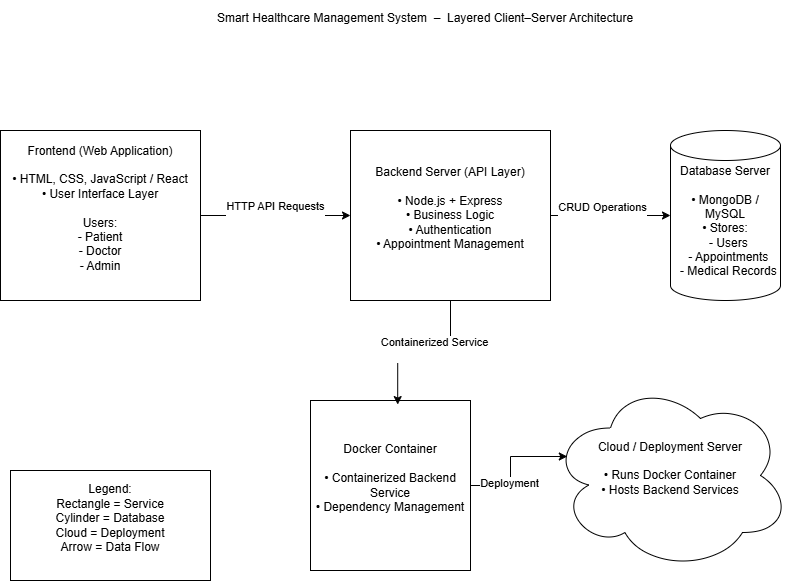
The draw.io diagram docs/design/architecture.png in avinabsingh/smart-healthcare-system, before a commit. Source tidied: cells renumbered, new cells last; positions are measured from the earlier drawing's top-left corner, leaving out a move shared by most shapes. Source of this version:
```xml
<mxGraphModel background="#ffffff">
  <root>
    <mxCell id="0" />
    <mxCell id="1" parent="0" />
    <mxCell id="2" value="&lt;div&gt;Smart Healthcare Management System&amp;nbsp; –&amp;nbsp;&amp;nbsp;Layered Client–Server Architecture&lt;/div&gt;&lt;div&gt;&lt;br&gt;&lt;/div&gt;" style="text;html=1;whiteSpace=wrap;strokeColor=none;fillColor=none;align=center;verticalAlign=middle;rounded=0;" parent="1" vertex="1">
      <mxGeometry x="160" width="530" height="50" as="geometry" />
    </mxCell>
    <mxCell id="3" style="edgeStyle=orthogonalEdgeStyle;rounded=0;jettySize=auto;html=1;" parent="1" edge="1" source="5" target="8">
      <mxGeometry relative="1" as="geometry" />
    </mxCell>
    <mxCell id="4" value="&lt;div&gt;HTTP API Requests&lt;/div&gt;&lt;div&gt;&lt;br&gt;&lt;/div&gt;" style="edgeLabel;html=1;align=center;verticalAlign=middle;" parent="3" vertex="1">
      <mxGeometry x="-0.01" y="3" relative="1" as="geometry" />
    </mxCell>
    <mxCell id="5" value="&lt;div&gt;Frontend (Web Application)&lt;/div&gt;&lt;div&gt;&lt;br&gt;&lt;/div&gt;&lt;div&gt;• HTML, CSS, JavaScript / React&lt;/div&gt;&lt;div&gt;• User Interface Layer&lt;/div&gt;&lt;div&gt;&lt;br&gt;&lt;/div&gt;&lt;div&gt;Users:&lt;/div&gt;&lt;div&gt;- Patient&lt;/div&gt;&lt;div&gt;- Doctor&lt;/div&gt;&lt;div&gt;- Admin&lt;/div&gt;&lt;div&gt;&lt;br&gt;&lt;/div&gt;" style="rounded=0;whiteSpace=wrap;html=1;" parent="1" vertex="1">
      <mxGeometry y="130" width="200" height="170" as="geometry" />
    </mxCell>
    <mxCell id="6" style="edgeStyle=orthogonalEdgeStyle;rounded=0;jettySize=auto;html=1;" parent="1" edge="1" source="8" target="9">
      <mxGeometry relative="1" as="geometry" />
    </mxCell>
    <mxCell id="7" value="&lt;div&gt;CRUD Operations&lt;/div&gt;&lt;div&gt;&lt;br&gt;&lt;/div&gt;" style="edgeLabel;html=1;align=center;verticalAlign=middle;" parent="6" vertex="1">
      <mxGeometry x="-0.15" y="2" relative="1" as="geometry" />
    </mxCell>
    <mxCell id="8" value="&lt;div&gt;Backend Server (API Layer)&lt;/div&gt;&lt;div&gt;&lt;br&gt;&lt;/div&gt;&lt;div&gt;• Node.js + Express&lt;/div&gt;&lt;div&gt;• Business Logic&lt;/div&gt;&lt;div&gt;• Authentication&lt;/div&gt;&lt;div&gt;• Appointment Management&lt;/div&gt;&lt;div&gt;&lt;br&gt;&lt;/div&gt;" style="rounded=0;whiteSpace=wrap;html=1;" parent="1" vertex="1">
      <mxGeometry x="350" y="130" width="200" height="170" as="geometry" />
    </mxCell>
    <mxCell id="9" value="&lt;div&gt;Database Server&lt;/div&gt;&lt;div&gt;&lt;br&gt;&lt;/div&gt;&lt;div&gt;• MongoDB / MySQL&lt;/div&gt;&lt;div&gt;• Stores:&lt;/div&gt;&lt;div&gt;&amp;nbsp; - Users&lt;/div&gt;&lt;div&gt;&amp;nbsp; - Appointments&lt;/div&gt;&lt;div&gt;&amp;nbsp; - Medical Records&lt;/div&gt;&lt;div&gt;&lt;br&gt;&lt;/div&gt;" style="shape=cylinder3;whiteSpace=wrap;html=1;boundedLbl=1;backgroundOutline=1;size=15;" parent="1" vertex="1">
      <mxGeometry x="670" y="130" width="110" height="170" as="geometry" />
    </mxCell>
    <mxCell id="10" value="&lt;div&gt;Docker Container&lt;/div&gt;&lt;div&gt;&lt;br&gt;&lt;/div&gt;&lt;div&gt;• Containerized Backend Service&lt;/div&gt;&lt;div&gt;• Dependency Management&lt;/div&gt;&lt;div&gt;&lt;br&gt;&lt;/div&gt;" style="rounded=0;whiteSpace=wrap;html=1;" parent="1" vertex="1">
      <mxGeometry x="310" y="400" width="160" height="170" as="geometry" />
    </mxCell>
    <mxCell id="11" value="&lt;div&gt;Cloud / Deployment Server&lt;/div&gt;&lt;div&gt;&lt;br&gt;&lt;/div&gt;&lt;div&gt;• Runs Docker Container&lt;/div&gt;&lt;div&gt;• Hosts Backend Services&lt;/div&gt;&lt;div&gt;&lt;br&gt;&lt;/div&gt;" style="ellipse;shape=cloud;whiteSpace=wrap;html=1;" parent="1" vertex="1">
      <mxGeometry x="550" y="380" width="240" height="190" as="geometry" />
    </mxCell>
    <mxCell id="12" style="edgeStyle=orthogonalEdgeStyle;rounded=0;jettySize=auto;html=1;entryX=0.545;entryY=0.024;entryDx=0;entryDy=0;entryPerimeter=0;" parent="1" edge="1" source="8" target="10">
      <mxGeometry relative="1" as="geometry" />
    </mxCell>
    <mxCell id="13" value="&lt;div&gt;Containerized Service&lt;/div&gt;&lt;div&gt;&lt;br&gt;&lt;/div&gt;" style="edgeLabel;html=1;align=center;verticalAlign=middle;" parent="12" vertex="1">
      <mxGeometry x="-0.15" y="-2" relative="1" as="geometry" />
    </mxCell>
    <mxCell id="14" style="edgeStyle=orthogonalEdgeStyle;rounded=0;jettySize=auto;html=1;entryX=0.07;entryY=0.4;entryDx=0;entryDy=0;entryPerimeter=0;" parent="1" edge="1" source="10" target="11">
      <mxGeometry relative="1" as="geometry" />
    </mxCell>
    <mxCell id="15" value="&lt;div&gt;Deployment&lt;/div&gt;&lt;div&gt;&lt;br&gt;&lt;/div&gt;" style="edgeLabel;html=1;align=center;verticalAlign=middle;" parent="14" vertex="1">
      <mxGeometry x="-0.38" y="-4" relative="1" as="geometry" />
    </mxCell>
    <mxCell id="16" value="&lt;div&gt;Legend:&lt;/div&gt;&lt;div&gt;Rectangle = Service&lt;/div&gt;&lt;div&gt;Cylinder = Database&lt;/div&gt;&lt;div&gt;Cloud = Deployment&lt;/div&gt;&lt;div&gt;Arrow = Data Flow&lt;/div&gt;&lt;div&gt;&lt;br&gt;&lt;/div&gt;" style="rounded=0;whiteSpace=wrap;html=1;" parent="1" vertex="1">
      <mxGeometry x="10" y="470" width="200" height="110" as="geometry" />
    </mxCell>
  </root>
</mxGraphModel>
```
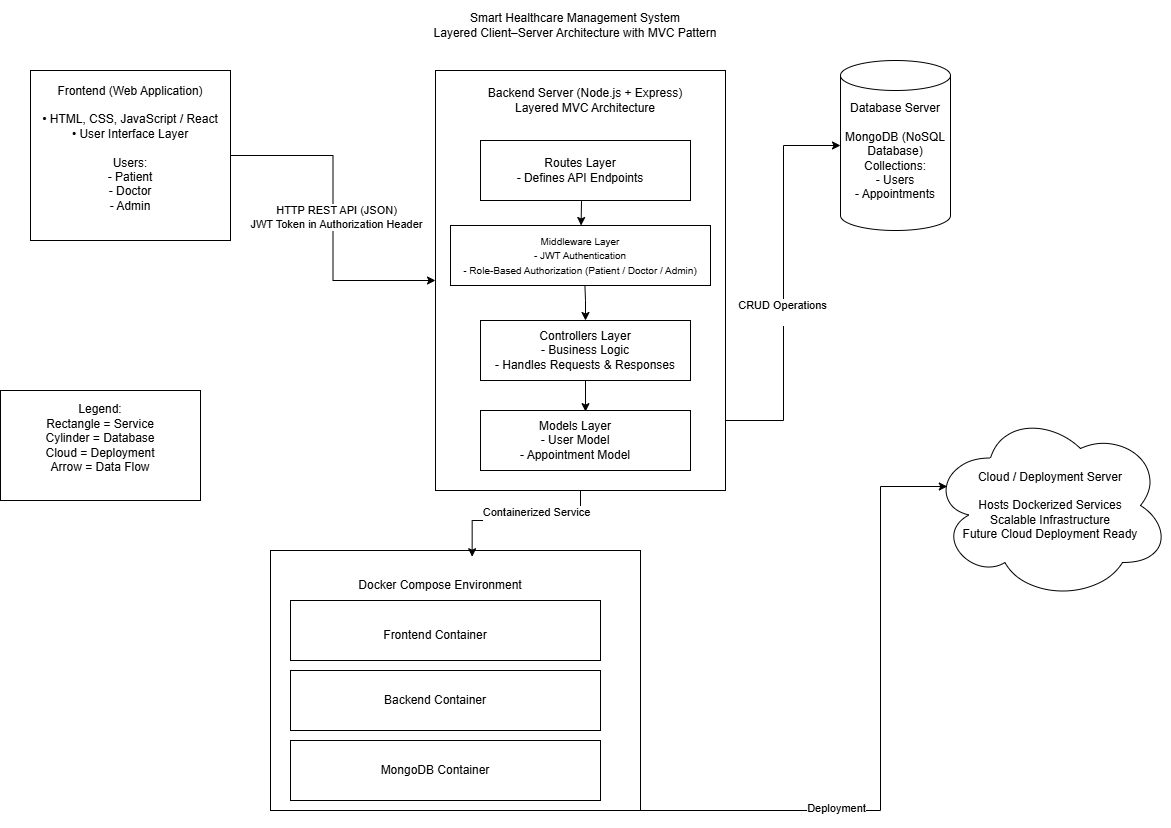
After the change.

Commit message:
Review 2: Added architecture and wireframes

What changed in the source:
```diff
@@ -2,35 +2,40 @@
   <root>
     <mxCell id="0" />
     <mxCell id="1" parent="0" />
-    <mxCell id="2" value="&lt;div&gt;Smart Healthcare Management System&amp;nbsp; –&amp;nbsp;&amp;nbsp;Layered Client–Server Architecture&lt;/div&gt;&lt;div&gt;&lt;br&gt;&lt;/div&gt;" style="text;html=1;whiteSpace=wrap;strokeColor=none;fillColor=none;align=center;verticalAlign=middle;rounded=0;" parent="1" vertex="1">
-      <mxGeometry x="160" width="530" height="50" as="geometry" />
+    <mxCell id="2" value="&lt;div&gt;&lt;div&gt;Smart Healthcare Management System&lt;/div&gt;&lt;div&gt;Layered Client–Server Architecture with MVC Pattern&lt;/div&gt;&lt;/div&gt;" style="text;html=1;whiteSpace=wrap;strokeColor=none;fillColor=none;align=center;verticalAlign=middle;rounded=0;" parent="1" vertex="1">
+      <mxGeometry x="170" y="60" width="530" height="50" as="geometry" />
     </mxCell>
     <mxCell id="3" style="edgeStyle=orthogonalEdgeStyle;rounded=0;jettySize=auto;html=1;" parent="1" edge="1" source="5" target="8">
       <mxGeometry relative="1" as="geometry" />
     </mxCell>
-    <mxCell id="4" value="&lt;div&gt;HTTP API Requests&lt;/div&gt;&lt;div&gt;&lt;br&gt;&lt;/div&gt;" style="edgeLabel;html=1;align=center;verticalAlign=middle;" parent="3" vertex="1">
+    <mxCell id="4" value="&lt;div&gt;&lt;div&gt;HTTP REST API (JSON)&lt;/div&gt;&lt;div&gt;JWT Token in Authorization Header&lt;/div&gt;&lt;/div&gt;" style="edgeLabel;html=1;align=center;verticalAlign=middle;" parent="3" vertex="1">
       <mxGeometry x="-0.01" y="3" relative="1" as="geometry" />
     </mxCell>
     <mxCell id="5" value="&lt;div&gt;Frontend (Web Application)&lt;/div&gt;&lt;div&gt;&lt;br&gt;&lt;/div&gt;&lt;div&gt;• HTML, CSS, JavaScript / React&lt;/div&gt;&lt;div&gt;• User Interface Layer&lt;/div&gt;&lt;div&gt;&lt;br&gt;&lt;/div&gt;&lt;div&gt;Users:&lt;/div&gt;&lt;div&gt;- Patient&lt;/div&gt;&lt;div&gt;- Doctor&lt;/div&gt;&lt;div&gt;- Admin&lt;/div&gt;&lt;div&gt;&lt;br&gt;&lt;/div&gt;" style="rounded=0;whiteSpace=wrap;html=1;" parent="1" vertex="1">
-      <mxGeometry y="130" width="200" height="170" as="geometry" />
+      <mxGeometry x="-110" y="130" width="200" height="170" as="geometry" />
     </mxCell>
     <mxCell id="6" style="edgeStyle=orthogonalEdgeStyle;rounded=0;jettySize=auto;html=1;" parent="1" edge="1" source="8" target="9">
-      <mxGeometry relative="1" as="geometry" />
+      <mxGeometry relative="1" as="geometry">
+        <Array as="points">
+          <mxPoint x="643" y="480" />
+          <mxPoint x="643" y="205" />
+        </Array>
+      </mxGeometry>
     </mxCell>
     <mxCell id="7" value="&lt;div&gt;CRUD Operations&lt;/div&gt;&lt;div&gt;&lt;br&gt;&lt;/div&gt;" style="edgeLabel;html=1;align=center;verticalAlign=middle;" parent="6" vertex="1">
       <mxGeometry x="-0.15" y="2" relative="1" as="geometry" />
     </mxCell>
-    <mxCell id="8" value="&lt;div&gt;Backend Server (API Layer)&lt;/div&gt;&lt;div&gt;&lt;br&gt;&lt;/div&gt;&lt;div&gt;• Node.js + Express&lt;/div&gt;&lt;div&gt;• Business Logic&lt;/div&gt;&lt;div&gt;• Authentication&lt;/div&gt;&lt;div&gt;• Appointment Management&lt;/div&gt;&lt;div&gt;&lt;br&gt;&lt;/div&gt;" style="rounded=0;whiteSpace=wrap;html=1;" parent="1" vertex="1">
-      <mxGeometry x="350" y="130" width="200" height="170" as="geometry" />
+    <mxCell id="8" style="rounded=0;whiteSpace=wrap;html=1;" parent="1" vertex="1">
+      <mxGeometry x="295" y="130" width="290" height="420" as="geometry" />
     </mxCell>
-    <mxCell id="9" value="&lt;div&gt;Database Server&lt;/div&gt;&lt;div&gt;&lt;br&gt;&lt;/div&gt;&lt;div&gt;• MongoDB / MySQL&lt;/div&gt;&lt;div&gt;• Stores:&lt;/div&gt;&lt;div&gt;&amp;nbsp; - Users&lt;/div&gt;&lt;div&gt;&amp;nbsp; - Appointments&lt;/div&gt;&lt;div&gt;&amp;nbsp; - Medical Records&lt;/div&gt;&lt;div&gt;&lt;br&gt;&lt;/div&gt;" style="shape=cylinder3;whiteSpace=wrap;html=1;boundedLbl=1;backgroundOutline=1;size=15;" parent="1" vertex="1">
-      <mxGeometry x="670" y="130" width="110" height="170" as="geometry" />
+    <mxCell id="9" value="&lt;div&gt;Database Server&lt;/div&gt;&lt;div&gt;&lt;br&gt;&lt;/div&gt;&lt;div&gt;&lt;div&gt;MongoDB (NoSQL Database)&lt;/div&gt;&lt;div&gt;Collections:&lt;/div&gt;&lt;div&gt;- Users&lt;/div&gt;&lt;div&gt;- Appointments&lt;/div&gt;&lt;/div&gt;&lt;div&gt;&lt;br&gt;&lt;/div&gt;" style="shape=cylinder3;whiteSpace=wrap;html=1;boundedLbl=1;backgroundOutline=1;size=15;" parent="1" vertex="1">
+      <mxGeometry x="700" y="120" width="110" height="170" as="geometry" />
     </mxCell>
-    <mxCell id="10" value="&lt;div&gt;Docker Container&lt;/div&gt;&lt;div&gt;&lt;br&gt;&lt;/div&gt;&lt;div&gt;• Containerized Backend Service&lt;/div&gt;&lt;div&gt;• Dependency Management&lt;/div&gt;&lt;div&gt;&lt;br&gt;&lt;/div&gt;" style="rounded=0;whiteSpace=wrap;html=1;" parent="1" vertex="1">
-      <mxGeometry x="310" y="400" width="160" height="170" as="geometry" />
+    <mxCell id="10" value="&lt;div&gt;&lt;br&gt;&lt;/div&gt;" style="rounded=0;whiteSpace=wrap;html=1;" parent="1" vertex="1">
+      <mxGeometry x="130" y="610" width="370" height="260" as="geometry" />
     </mxCell>
-    <mxCell id="11" value="&lt;div&gt;Cloud / Deployment Server&lt;/div&gt;&lt;div&gt;&lt;br&gt;&lt;/div&gt;&lt;div&gt;• Runs Docker Container&lt;/div&gt;&lt;div&gt;• Hosts Backend Services&lt;/div&gt;&lt;div&gt;&lt;br&gt;&lt;/div&gt;" style="ellipse;shape=cloud;whiteSpace=wrap;html=1;" parent="1" vertex="1">
-      <mxGeometry x="550" y="380" width="240" height="190" as="geometry" />
+    <mxCell id="11" value="&lt;div&gt;Cloud / Deployment Server&lt;/div&gt;&lt;div&gt;&lt;br&gt;&lt;/div&gt;&lt;div&gt;Hosts Dockerized Services&lt;br&gt;Scalable Infrastructure&lt;br&gt;Future Cloud Deployment Ready&lt;/div&gt;" style="ellipse;shape=cloud;whiteSpace=wrap;html=1;" parent="1" vertex="1">
+      <mxGeometry x="790" y="470" width="240" height="190" as="geometry" />
     </mxCell>
     <mxCell id="12" style="edgeStyle=orthogonalEdgeStyle;rounded=0;jettySize=auto;html=1;entryX=0.545;entryY=0.024;entryDx=0;entryDy=0;entryPerimeter=0;" parent="1" edge="1" source="8" target="10">
       <mxGeometry relative="1" as="geometry" />
@@ -39,13 +44,79 @@
       <mxGeometry x="-0.15" y="-2" relative="1" as="geometry" />
     </mxCell>
     <mxCell id="14" style="edgeStyle=orthogonalEdgeStyle;rounded=0;jettySize=auto;html=1;entryX=0.07;entryY=0.4;entryDx=0;entryDy=0;entryPerimeter=0;" parent="1" edge="1" source="10" target="11">
-      <mxGeometry relative="1" as="geometry" />
+      <mxGeometry relative="1" as="geometry">
+        <Array as="points">
+          <mxPoint x="740" y="870" />
+          <mxPoint x="740" y="546" />
+        </Array>
+      </mxGeometry>
     </mxCell>
     <mxCell id="15" value="&lt;div&gt;Deployment&lt;/div&gt;&lt;div&gt;&lt;br&gt;&lt;/div&gt;" style="edgeLabel;html=1;align=center;verticalAlign=middle;" parent="14" vertex="1">
       <mxGeometry x="-0.38" y="-4" relative="1" as="geometry" />
     </mxCell>
     <mxCell id="16" value="&lt;div&gt;Legend:&lt;/div&gt;&lt;div&gt;Rectangle = Service&lt;/div&gt;&lt;div&gt;Cylinder = Database&lt;/div&gt;&lt;div&gt;Cloud = Deployment&lt;/div&gt;&lt;div&gt;Arrow = Data Flow&lt;/div&gt;&lt;div&gt;&lt;br&gt;&lt;/div&gt;" style="rounded=0;whiteSpace=wrap;html=1;" parent="1" vertex="1">
-      <mxGeometry x="10" y="470" width="200" height="110" as="geometry" />
+      <mxGeometry x="-140" y="450" width="200" height="110" as="geometry" />
     </mxCell>
+    <mxCell id="17" style="rounded=0;whiteSpace=wrap;html=1;" parent="1" vertex="1">
+      <mxGeometry x="340" y="200" width="210" height="60" as="geometry" />
+    </mxCell>
+    <mxCell id="18" value="Backend Server (Node.js + Express)&lt;br&gt;Layered MVC Architecture" style="text;html=1;whiteSpace=wrap;strokeColor=none;fillColor=none;align=center;verticalAlign=middle;rounded=0;" parent="1" vertex="1">
+      <mxGeometry x="335" y="140" width="220" height="40" as="geometry" />
+    </mxCell>
+    <mxCell id="19" style="rounded=0;whiteSpace=wrap;html=1;" parent="1" vertex="1">
+      <mxGeometry x="340" y="380" width="210" height="60" as="geometry" />
+    </mxCell>
+    <mxCell id="20" style="rounded=0;whiteSpace=wrap;html=1;" parent="1" vertex="1">
+      <mxGeometry x="310" y="285" width="260" height="60" as="geometry" />
+    </mxCell>
+    <mxCell id="21" style="rounded=0;whiteSpace=wrap;html=1;" parent="1" vertex="1">
+      <mxGeometry x="340" y="470" width="210" height="60" as="geometry" />
+    </mxCell>
+    <mxCell id="22" value="Routes Layer&lt;br&gt;- Defines API Endpoints" style="text;html=1;whiteSpace=wrap;strokeColor=none;fillColor=none;align=center;verticalAlign=middle;rounded=0;" parent="1" vertex="1">
+      <mxGeometry x="365" y="210" width="150" height="40" as="geometry" />
+    </mxCell>
+    <mxCell id="23" value="Controllers Layer&lt;br&gt;- Business Logic&lt;br&gt;- Handles Requests &amp;amp; Responses" style="text;html=1;whiteSpace=wrap;strokeColor=none;fillColor=none;align=center;verticalAlign=middle;rounded=0;" parent="1" vertex="1">
+      <mxGeometry x="345" y="380" width="200" height="60" as="geometry" />
+    </mxCell>
+    <mxCell id="24" value="&lt;font style=&quot;font-size: 10px;&quot;&gt;Middleware Layer&lt;br&gt;&lt;/font&gt;&lt;div&gt;&lt;font style=&quot;font-size: 10px;&quot;&gt;- JWT Authentication&lt;/font&gt;&lt;/div&gt;&lt;div&gt;&lt;font style=&quot;font-size: 10px;&quot;&gt;- Role-Based Authorization (Patient / Doctor / Admin)&lt;/font&gt;&lt;/div&gt;" style="text;html=1;whiteSpace=wrap;strokeColor=none;fillColor=none;align=center;verticalAlign=middle;rounded=0;" parent="1" vertex="1">
+      <mxGeometry x="310" y="285" width="260" height="60" as="geometry" />
+    </mxCell>
+    <mxCell id="25" value="Models Layer&lt;br&gt;- User Model&lt;br&gt;- Appointment Model" style="text;html=1;whiteSpace=wrap;strokeColor=none;fillColor=none;align=center;verticalAlign=middle;rounded=0;" parent="1" vertex="1">
+      <mxGeometry x="370" y="470" width="130" height="60" as="geometry" />
+    </mxCell>
+    <mxCell id="26" value="Docker Compose Environment" style="text;html=1;whiteSpace=wrap;strokeColor=none;fillColor=none;align=center;verticalAlign=middle;rounded=0;" parent="1" vertex="1">
+      <mxGeometry x="205" y="630" width="190" height="30" as="geometry" />
+    </mxCell>
+    <mxCell id="27" style="rounded=0;whiteSpace=wrap;html=1;" parent="1" vertex="1">
+      <mxGeometry x="150" y="660" width="310" height="60" as="geometry" />
+    </mxCell>
+    <mxCell id="28" style="rounded=0;whiteSpace=wrap;html=1;" parent="1" vertex="1">
+      <mxGeometry x="150" y="730" width="310" height="60" as="geometry" />
+    </mxCell>
+    <mxCell id="29" style="rounded=0;whiteSpace=wrap;html=1;" parent="1" vertex="1">
+      <mxGeometry x="150" y="800" width="310" height="60" as="geometry" />
+    </mxCell>
+    <mxCell id="30" value="Frontend Container" style="text;html=1;whiteSpace=wrap;strokeColor=none;fillColor=none;align=center;verticalAlign=middle;rounded=0;" parent="1" vertex="1">
+      <mxGeometry x="230" y="680" width="130" height="30" as="geometry" />
+    </mxCell>
+    <mxCell id="31" value="Backend Container" style="text;html=1;whiteSpace=wrap;strokeColor=none;fillColor=none;align=center;verticalAlign=middle;rounded=0;" parent="1" vertex="1">
+      <mxGeometry x="230" y="745" width="130" height="30" as="geometry" />
+    </mxCell>
+    <mxCell id="32" value="MongoDB Container" style="text;html=1;whiteSpace=wrap;strokeColor=none;fillColor=none;align=center;verticalAlign=middle;rounded=0;" parent="1" vertex="1">
+      <mxGeometry x="230" y="815" width="130" height="30" as="geometry" />
+    </mxCell>
+    <mxCell id="33" style="endArrow=classic;html=1;rounded=0;exitX=0.481;exitY=1.01;exitDx=0;exitDy=0;exitPerimeter=0;startSize=1;" parent="1" edge="1" source="17" target="24">
+      <mxGeometry relative="1" as="geometry" />
+    </mxCell>
+    <mxCell id="34" style="endArrow=classic;html=1;rounded=0;exitX=0.517;exitY=1;exitDx=0;exitDy=0;exitPerimeter=0;" parent="1" edge="1" source="24" target="23">
+      <mxGeometry relative="1" as="geometry">
+        <Array as="points">
+          <mxPoint x="445" y="360" />
+        </Array>
+      </mxGeometry>
+    </mxCell>
+    <mxCell id="35" style="endArrow=classic;html=1;rounded=0;entryX=0.577;entryY=0.019;entryDx=0;entryDy=0;entryPerimeter=0;" parent="1" edge="1" source="23" target="25">
+      <mxGeometry relative="1" as="geometry" />
+    </mxCell>
   </root>
 </mxGraphModel>
```
